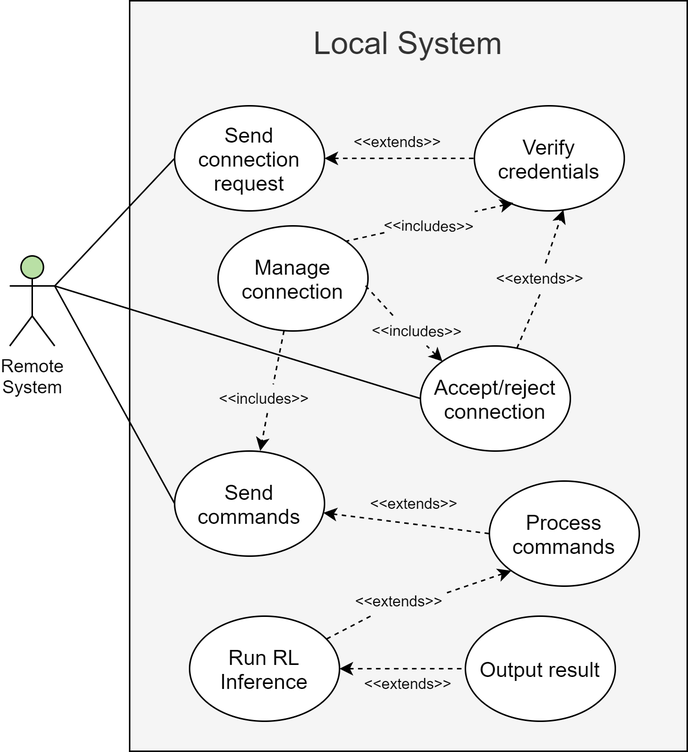
Earlier version of the draw.io export 2. Analysis/5. System Analysis/Local/Use Case/use_case_local.png (esrg-silent-howl/zephyrus). Source tidied: cells renumbered, new cells last; positions are measured from the earlier drawing's top-left corner, leaving out a move shared by most shapes.
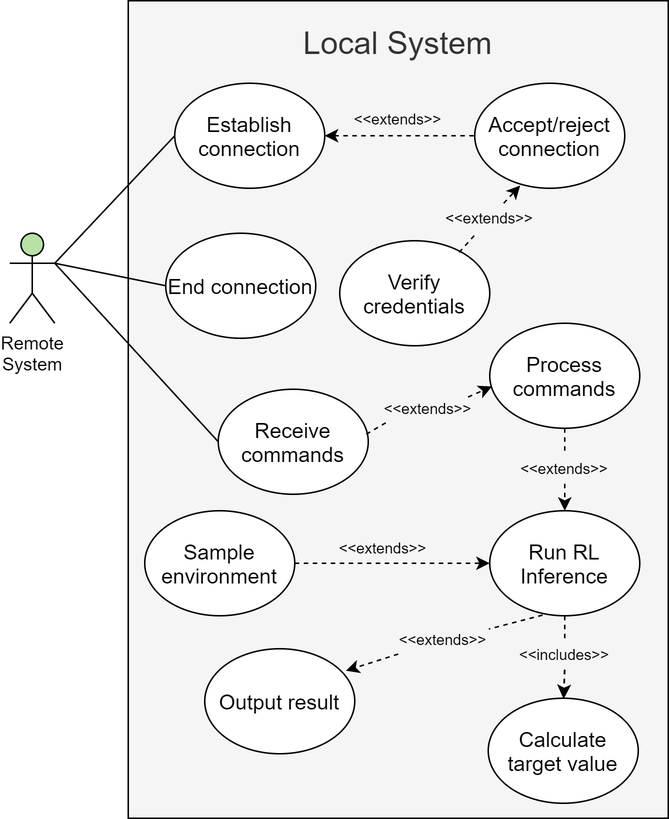
After the change.

Commit message:
FIX: Corrections made to the Use Case diagrams

Change to the diagram source:
```diff
@@ -3,7 +3,7 @@
     <mxCell id="0" />
     <mxCell id="1" parent="0" />
     <mxCell id="2" value="Local System" style="rounded=0;whiteSpace=wrap;html=1;fontSize=21;verticalAlign=top;spacingTop=9;fillColor=#f5f5f5;fontColor=#333333;" parent="1" vertex="1">
-      <mxGeometry x="80" width="372" height="500" as="geometry" />
+      <mxGeometry x="79" y="15" width="360" height="545" as="geometry" />
     </mxCell>
     <mxCell id="3" style="rounded=0;jettySize=auto;html=1;exitX=1;exitY=0.3333333333333333;exitDx=0;exitDy=0;exitPerimeter=0;entryX=0;entryY=0.5;entryDx=0;entryDy=0;fontSize=14;endArrow=none;endFill=0;" parent="1" edge="1" source="5" target="7">
       <mxGeometry relative="1" as="geometry" />
@@ -11,101 +11,104 @@
     <mxCell id="4" style="edgeStyle=none;rounded=0;jettySize=auto;html=1;exitX=1;exitY=0.3333333333333333;exitDx=0;exitDy=0;exitPerimeter=0;entryX=0;entryY=0.5;entryDx=0;entryDy=0;endArrow=none;endFill=0;fontSize=14;" parent="1" edge="1" source="5" target="13">
       <mxGeometry relative="1" as="geometry" />
     </mxCell>
+    <mxCell id="37" style="edgeStyle=none;rounded=0;jettySize=auto;html=1;exitX=1;exitY=0.3333333333333333;exitDx=0;exitDy=0;exitPerimeter=0;entryX=0;entryY=0.5;entryDx=0;entryDy=0;startArrow=none;startFill=0;endArrow=none;endFill=0;" parent="1" edge="1" source="5" target="43">
+      <mxGeometry relative="1" as="geometry" />
+    </mxCell>
     <mxCell id="5" value="Remote&lt;br&gt;System" style="shape=umlActor;verticalLabelPosition=bottom;verticalAlign=top;html=1;outlineConnect=0;fillColor=#B9E0A5;" parent="1" vertex="1">
       <mxGeometry y="170" width="30" height="60" as="geometry" />
     </mxCell>
-    <mxCell id="6" style="rounded=0;jettySize=auto;html=1;entryX=0;entryY=0.5;entryDx=0;entryDy=0;fontSize=14;startArrow=classic;startFill=1;endArrow=none;endFill=0;dashed=1;" parent="1" edge="1" source="7" target="9">
+    <mxCell id="6" style="rounded=0;jettySize=auto;html=1;entryX=0.015;entryY=0.602;entryDx=0;entryDy=0;fontSize=14;startArrow=none;startFill=0;endArrow=classic;endFill=1;dashed=1;exitX=0.992;exitY=0.11;exitDx=0;exitDy=0;exitPerimeter=0;entryPerimeter=0;" parent="1" edge="1" source="19" target="9">
       <mxGeometry relative="1" as="geometry" />
     </mxCell>
-    <mxCell id="7" value="Send commands" style="ellipse;whiteSpace=wrap;html=1;fontSize=14;" parent="1" vertex="1">
-      <mxGeometry x="110" y="300" width="100" height="70" as="geometry" />
+    <mxCell id="7" value="Receive commands" style="ellipse;whiteSpace=wrap;html=1;fontSize=14;" parent="1" vertex="1">
+      <mxGeometry x="139" y="274" width="100" height="70" as="geometry" />
     </mxCell>
-    <mxCell id="8" style="rounded=0;jettySize=auto;html=1;entryX=0.906;entryY=0.223;entryDx=0;entryDy=0;fontSize=14;startArrow=none;startFill=0;endArrow=none;endFill=0;dashed=1;entryPerimeter=0;" parent="1" edge="1" source="24" target="11">
+    <mxCell id="8" style="rounded=0;jettySize=auto;html=1;entryX=0.5;entryY=0;entryDx=0;entryDy=0;fontSize=14;startArrow=none;startFill=0;endArrow=classic;endFill=1;dashed=1;" parent="1" edge="1" source="24" target="11">
       <mxGeometry relative="1" as="geometry" />
     </mxCell>
     <mxCell id="9" value="Process commands" style="ellipse;whiteSpace=wrap;html=1;fontSize=14;" parent="1" vertex="1">
-      <mxGeometry x="320" y="320" width="100" height="70" as="geometry" />
+      <mxGeometry x="320" y="230" width="100" height="70" as="geometry" />
     </mxCell>
-    <mxCell id="10" style="edgeStyle=none;rounded=0;jettySize=auto;html=1;entryX=0;entryY=0.5;entryDx=0;entryDy=0;shadow=0;startArrow=classic;startFill=1;endArrow=none;endFill=0;dashed=1;" parent="1" edge="1" source="11" target="35">
+    <mxCell id="10" style="edgeStyle=none;rounded=0;jettySize=auto;html=1;entryX=0.941;entryY=0.209;entryDx=0;entryDy=0;shadow=0;startArrow=none;startFill=0;endArrow=classic;endFill=1;dashed=1;entryPerimeter=0;" parent="1" edge="1" source="36" target="35">
       <mxGeometry relative="1" as="geometry" />
     </mxCell>
+    <mxCell id="38" style="edgeStyle=none;rounded=0;jettySize=auto;html=1;exitX=0.5;exitY=1;exitDx=0;exitDy=0;entryX=0.5;entryY=0;entryDx=0;entryDy=0;dashed=1;startArrow=none;startFill=0;endArrow=classic;endFill=1;" parent="1" edge="1" source="22" target="45">
+      <mxGeometry relative="1" as="geometry" />
+    </mxCell>
     <mxCell id="11" value="Run RL Inference" style="ellipse;whiteSpace=wrap;html=1;fontSize=14;" parent="1" vertex="1">
-      <mxGeometry x="120" y="410" width="100" height="70" as="geometry" />
+      <mxGeometry x="320" y="355" width="100" height="70" as="geometry" />
     </mxCell>
     <mxCell id="12" style="edgeStyle=none;rounded=0;jettySize=auto;html=1;endArrow=none;endFill=0;fontSize=14;startArrow=classic;startFill=1;dashed=1;" parent="1" edge="1" source="13" target="15">
       <mxGeometry relative="1" as="geometry" />
     </mxCell>
-    <mxCell id="13" value="Send connection request" style="ellipse;whiteSpace=wrap;html=1;fontSize=14;" parent="1" vertex="1">
+    <mxCell id="13" value="Establish connection" style="ellipse;whiteSpace=wrap;html=1;fontSize=14;" parent="1" vertex="1">
       <mxGeometry x="110" y="70" width="100" height="70" as="geometry" />
     </mxCell>
-    <mxCell id="14" style="edgeStyle=none;rounded=0;jettySize=auto;html=1;exitX=0;exitY=0.75;exitDx=0;exitDy=0;entryX=1;entryY=0;entryDx=0;entryDy=0;endArrow=none;endFill=0;fontSize=14;startArrow=none;startFill=0;dashed=1;" parent="1" edge="1" source="20" target="17">
-      <mxGeometry relative="1" as="geometry" />
-    </mxCell>
-    <mxCell id="15" value="Verify credentials" style="ellipse;whiteSpace=wrap;html=1;fontSize=14;" parent="1" vertex="1">
+    <mxCell id="15" value="Accept/reject connection" style="ellipse;whiteSpace=wrap;html=1;fontSize=14;" parent="1" vertex="1">
       <mxGeometry x="310" y="70" width="100" height="70" as="geometry" />
     </mxCell>
-    <mxCell id="16" style="edgeStyle=none;rounded=0;jettySize=auto;html=1;exitX=0.547;exitY=0.984;exitDx=0;exitDy=0;entryX=0.571;entryY=-0.001;entryDx=0;entryDy=0;endArrow=classic;endFill=1;fontSize=14;dashed=1;entryPerimeter=0;exitPerimeter=0;" parent="1" edge="1" source="22" target="7">
-      <mxGeometry relative="1" as="geometry" />
-    </mxCell>
-    <mxCell id="17" value="Manage connection" style="ellipse;whiteSpace=wrap;html=1;fontSize=14;" parent="1" vertex="1">
-      <mxGeometry x="139" y="150" width="100" height="70" as="geometry" />
-    </mxCell>
     <mxCell id="18" value="&amp;lt;&amp;lt;extends&amp;gt;&amp;gt;" style="text;html=1;strokeColor=none;fillColor=none;align=center;verticalAlign=middle;whiteSpace=wrap;rounded=0;fontSize=10;rotation=0;" parent="1" vertex="1">
       <mxGeometry x="239" y="84" width="40" height="20" as="geometry" />
     </mxCell>
-    <mxCell id="19" value="&amp;lt;&amp;lt;extends&amp;gt;&amp;gt;" style="text;html=1;strokeColor=none;fillColor=none;align=center;verticalAlign=middle;whiteSpace=wrap;rounded=0;fontSize=10;rotation=0;" parent="1" vertex="1">
-      <mxGeometry x="250" y="325" width="40" height="20" as="geometry" />
-    </mxCell>
-    <mxCell id="20" value="&amp;lt;&amp;lt;includes&amp;gt;&amp;gt;" style="text;html=1;strokeColor=none;fillColor=none;align=center;verticalAlign=middle;whiteSpace=wrap;rounded=0;fontSize=10;rotation=1;" parent="1" vertex="1">
-      <mxGeometry x="250" y="140" width="60" height="20" as="geometry" />
-    </mxCell>
-    <mxCell id="21" style="edgeStyle=none;rounded=0;jettySize=auto;html=1;exitX=0.26;exitY=0.924;exitDx=0;exitDy=0;entryX=1;entryY=0;entryDx=0;entryDy=0;endArrow=none;endFill=0;fontSize=14;startArrow=classic;startFill=1;dashed=1;exitPerimeter=0;" parent="1" edge="1" source="15" target="20">
-      <mxGeometry relative="1" as="geometry" />
-    </mxCell>
-    <mxCell id="22" value="&amp;lt;&amp;lt;includes&amp;gt;&amp;gt;" style="text;html=1;strokeColor=none;fillColor=none;align=center;verticalAlign=middle;whiteSpace=wrap;rounded=0;fontSize=10;rotation=0;" parent="1" vertex="1">
-      <mxGeometry x="150" y="255" width="40" height="20" as="geometry" />
-    </mxCell>
-    <mxCell id="23" style="edgeStyle=none;rounded=0;jettySize=auto;html=1;exitX=0.44;exitY=0.996;exitDx=0;exitDy=0;entryX=0.645;entryY=0.03;entryDx=0;entryDy=0;endArrow=none;endFill=0;fontSize=14;dashed=1;exitPerimeter=0;entryPerimeter=0;" parent="1" edge="1" source="17" target="22">
-      <mxGeometry relative="1" as="geometry" />
-    </mxCell>
     <mxCell id="24" value="&amp;lt;&amp;lt;extends&amp;gt;&amp;gt;" style="text;html=1;strokeColor=none;fillColor=none;align=center;verticalAlign=middle;whiteSpace=wrap;rounded=0;fontSize=10;rotation=0;" parent="1" vertex="1">
-      <mxGeometry x="230" y="390" width="60" height="20" as="geometry" />
+      <mxGeometry x="340" y="317" width="60" height="20" as="geometry" />
     </mxCell>
-    <mxCell id="25" style="rounded=0;jettySize=auto;html=1;entryX=1;entryY=0.25;entryDx=0;entryDy=0;fontSize=14;startArrow=classic;startFill=1;endArrow=none;endFill=0;dashed=1;exitX=0;exitY=1;exitDx=0;exitDy=0;" parent="1" edge="1" source="9" target="24">
+    <mxCell id="25" style="rounded=0;jettySize=auto;html=1;entryX=0.5;entryY=0;entryDx=0;entryDy=0;fontSize=14;startArrow=none;startFill=0;endArrow=none;endFill=0;dashed=1;exitX=0.5;exitY=1;exitDx=0;exitDy=0;" parent="1" edge="1" source="9" target="24">
       <mxGeometry relative="1" as="geometry" />
     </mxCell>
-    <mxCell id="26" style="rounded=0;jettySize=auto;html=1;startArrow=none;startFill=0;endArrow=classic;endFill=1;dashed=1;entryX=0.594;entryY=0.99;entryDx=0;entryDy=0;entryPerimeter=0;" parent="1" edge="1" source="30" target="15">
+    <mxCell id="26" style="rounded=0;jettySize=auto;html=1;startArrow=none;startFill=0;endArrow=classic;endFill=1;dashed=1;entryX=0.303;entryY=0.974;entryDx=0;entryDy=0;entryPerimeter=0;" parent="1" edge="1" source="30" target="15">
       <mxGeometry relative="1" as="geometry" />
     </mxCell>
-    <mxCell id="27" style="edgeStyle=none;rounded=0;jettySize=auto;html=1;dashed=1;startArrow=none;startFill=0;endArrow=none;endFill=0;exitX=0.25;exitY=0;exitDx=0;exitDy=0;entryX=0.984;entryY=0.57;entryDx=0;entryDy=0;entryPerimeter=0;" parent="1" edge="1" source="32" target="17">
-      <mxGeometry relative="1" as="geometry" />
-    </mxCell>
-    <mxCell id="28" style="edgeStyle=none;rounded=0;jettySize=auto;html=1;exitX=0;exitY=0.5;exitDx=0;exitDy=0;entryX=1;entryY=0.3333333333333333;entryDx=0;entryDy=0;entryPerimeter=0;startArrow=none;startFill=0;endArrow=none;endFill=0;" parent="1" edge="1" source="29" target="5">
-      <mxGeometry relative="1" as="geometry" />
-    </mxCell>
-    <mxCell id="29" value="Accept/reject connection" style="ellipse;whiteSpace=wrap;html=1;fontSize=14;" parent="1" vertex="1">
-      <mxGeometry x="274" y="230" width="100" height="70" as="geometry" />
+    <mxCell id="29" value="Verify credentials" style="ellipse;whiteSpace=wrap;html=1;fontSize=14;" parent="1" vertex="1">
+      <mxGeometry x="220" y="175" width="100" height="70" as="geometry" />
     </mxCell>
     <mxCell id="30" value="&amp;lt;&amp;lt;extends&amp;gt;&amp;gt;" style="text;html=1;strokeColor=none;fillColor=none;align=center;verticalAlign=middle;whiteSpace=wrap;rounded=0;fontSize=10;rotation=0;" parent="1" vertex="1">
-      <mxGeometry x="334" y="175" width="40" height="20" as="geometry" />
+      <mxGeometry x="290" y="150" width="60" height="20" as="geometry" />
     </mxCell>
-    <mxCell id="31" style="rounded=0;jettySize=auto;html=1;entryX=0.5;entryY=1;entryDx=0;entryDy=0;startArrow=none;startFill=0;endArrow=none;endFill=0;dashed=1;" parent="1" edge="1" source="29" target="30">
+    <mxCell id="31" style="rounded=0;jettySize=auto;html=1;startArrow=none;startFill=0;endArrow=none;endFill=0;dashed=1;exitX=0.796;exitY=0.111;exitDx=0;exitDy=0;exitPerimeter=0;" parent="1" edge="1" source="29" target="30">
       <mxGeometry relative="1" as="geometry" />
     </mxCell>
-    <mxCell id="32" value="&amp;lt;&amp;lt;includes&amp;gt;&amp;gt;" style="text;html=1;strokeColor=none;fillColor=none;align=center;verticalAlign=middle;whiteSpace=wrap;rounded=0;fontSize=10;rotation=1;" parent="1" vertex="1">
-      <mxGeometry x="239" y="210" width="66" height="20" as="geometry" />
-    </mxCell>
-    <mxCell id="33" style="edgeStyle=none;rounded=0;jettySize=auto;html=1;entryX=0.595;entryY=0.985;entryDx=0;entryDy=0;dashed=1;startArrow=classic;startFill=1;endArrow=none;endFill=0;exitX=0;exitY=0;exitDx=0;exitDy=0;entryPerimeter=0;" parent="1" edge="1" source="29" target="32">
-      <mxGeometry relative="1" as="geometry" />
-    </mxCell>
     <mxCell id="34" style="edgeStyle=none;rounded=0;orthogonalLoop=1;jettySize=auto;html=1;entryX=0;entryY=0;entryDx=0;entryDy=0;startArrow=none;startFill=0;endArrow=none;endFill=0;" parent="1" edge="1" source="24" target="24">
       <mxGeometry relative="1" as="geometry" />
     </mxCell>
     <mxCell id="35" value="Output result" style="ellipse;whiteSpace=wrap;html=1;fontSize=14;" parent="1" vertex="1">
-      <mxGeometry x="304" y="410" width="100" height="70" as="geometry" />
+      <mxGeometry x="130" y="447" width="100" height="70" as="geometry" />
     </mxCell>
+    <mxCell id="39" style="edgeStyle=none;rounded=0;jettySize=auto;html=1;exitX=1;exitY=0.5;exitDx=0;exitDy=0;entryX=0;entryY=0.5;entryDx=0;entryDy=0;startArrow=none;startFill=0;endArrow=classic;endFill=1;dashed=1;" parent="1" edge="1" source="40" target="11">
+      <mxGeometry relative="1" as="geometry" />
+    </mxCell>
+    <mxCell id="40" value="Sample environment" style="ellipse;whiteSpace=wrap;html=1;fontSize=14;" parent="1" vertex="1">
+      <mxGeometry x="90" y="355" width="100" height="70" as="geometry" />
+    </mxCell>
+    <mxCell id="41" value="&amp;lt;&amp;lt;extends&amp;gt;&amp;gt;" style="text;html=1;strokeColor=none;fillColor=none;align=center;verticalAlign=middle;whiteSpace=wrap;rounded=0;fontSize=10;rotation=0;" parent="1" vertex="1">
+      <mxGeometry x="219" y="370" width="60" height="20" as="geometry" />
+    </mxCell>
     <mxCell id="36" value="&amp;lt;&amp;lt;extends&amp;gt;&amp;gt;" style="text;html=1;strokeColor=none;fillColor=none;align=center;verticalAlign=middle;whiteSpace=wrap;rounded=0;fontSize=10;rotation=0;" parent="1" vertex="1">
-      <mxGeometry x="236" y="445" width="60" height="20" as="geometry" />
+      <mxGeometry x="259" y="431" width="60" height="20" as="geometry" />
     </mxCell>
+    <mxCell id="42" style="edgeStyle=none;rounded=0;jettySize=auto;html=1;entryX=1.006;entryY=0.144;entryDx=0;entryDy=0;shadow=0;startArrow=none;startFill=0;endArrow=none;endFill=0;dashed=1;exitX=0.352;exitY=0.994;exitDx=0;exitDy=0;exitPerimeter=0;entryPerimeter=0;" parent="1" edge="1" source="11" target="36">
+      <mxGeometry relative="1" as="geometry" />
+    </mxCell>
+    <mxCell id="43" value="End connection" style="ellipse;whiteSpace=wrap;html=1;fontSize=14;" parent="1" vertex="1">
+      <mxGeometry x="104" y="170" width="100" height="70" as="geometry" />
+    </mxCell>
+    <mxCell id="19" value="&amp;lt;&amp;lt;extends&amp;gt;&amp;gt;" style="text;html=1;strokeColor=none;fillColor=none;align=center;verticalAlign=middle;whiteSpace=wrap;rounded=0;fontSize=10;rotation=0;" parent="1" vertex="1">
+      <mxGeometry x="252" y="277" width="54" height="20" as="geometry" />
+    </mxCell>
+    <mxCell id="44" style="rounded=0;jettySize=auto;html=1;entryX=0.005;entryY=0.922;entryDx=0;entryDy=0;fontSize=14;startArrow=none;startFill=0;endArrow=none;endFill=0;dashed=1;exitX=0.987;exitY=0.428;exitDx=0;exitDy=0;exitPerimeter=0;entryPerimeter=0;" parent="1" edge="1" source="7" target="19">
+      <mxGeometry relative="1" as="geometry" />
+    </mxCell>
+    <mxCell id="45" value="Calculate target value" style="ellipse;whiteSpace=wrap;html=1;fontSize=14;" parent="1" vertex="1">
+      <mxGeometry x="319" y="480" width="100" height="70" as="geometry" />
+    </mxCell>
+    <mxCell id="46" style="edgeStyle=none;rounded=0;jettySize=auto;html=1;dashed=1;startArrow=none;startFill=0;endArrow=classic;endFill=1;" parent="1" edge="1" source="22" target="45">
+      <mxGeometry relative="1" as="geometry" />
+    </mxCell>
+    <mxCell id="22" value="&amp;lt;&amp;lt;includes&amp;gt;&amp;gt;" style="text;html=1;strokeColor=none;fillColor=none;align=center;verticalAlign=middle;whiteSpace=wrap;rounded=0;fontSize=10;rotation=0;" parent="1" vertex="1">
+      <mxGeometry x="340" y="441" width="60" height="20" as="geometry" />
+    </mxCell>
+    <mxCell id="47" style="edgeStyle=none;rounded=0;jettySize=auto;html=1;exitX=0.5;exitY=1;exitDx=0;exitDy=0;entryX=0.5;entryY=0;entryDx=0;entryDy=0;dashed=1;startArrow=none;startFill=0;endArrow=none;endFill=0;" parent="1" edge="1" source="11" target="22">
+      <mxGeometry relative="1" as="geometry" />
+    </mxCell>
   </root>
 </mxGraphModel>
```
